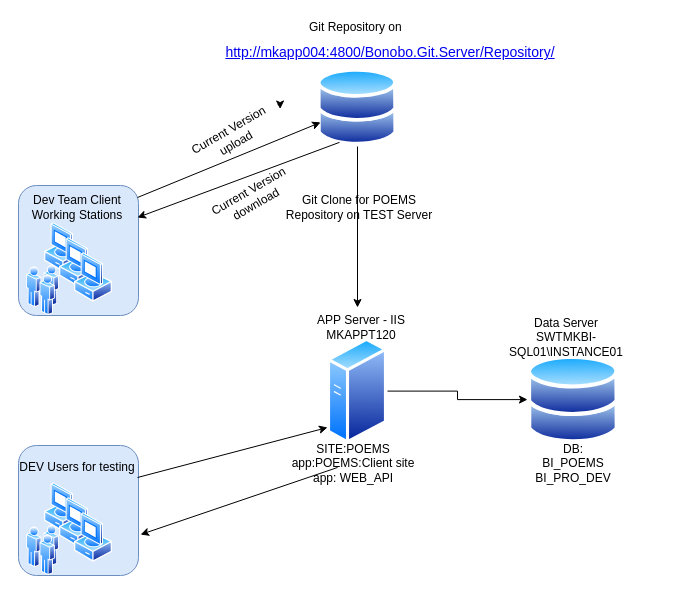
Before: poems_test.drawio in itaybaran/drawing, a draw.io diagram. Source tidied: cells renumbered, new cells numbered last; positions are measured from the earlier drawing's top-left corner, leaving out a move shared by most shapes. Both pictures are drawn from the tidied source at 100%, with x=0, y=0 at pixel (17, 17).
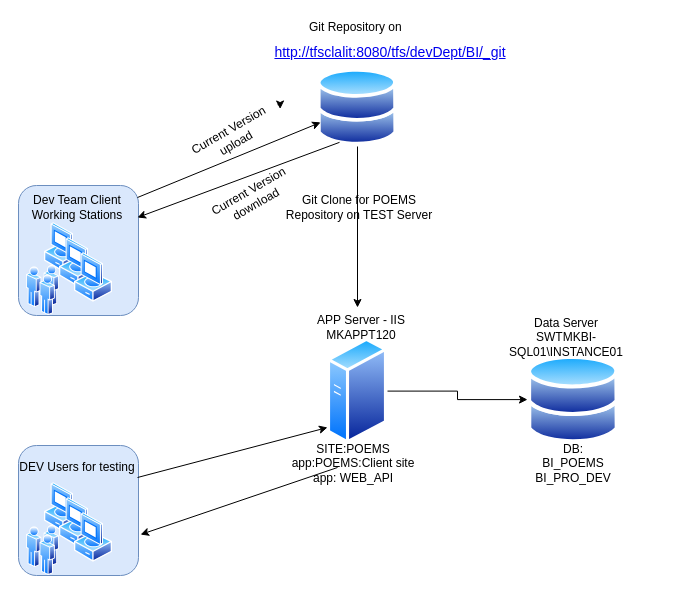
The same diagram, later.

Change to the diagram source:
```diff
@@
-    <mxCell id="12" value="&lt;div style=&quot;box-sizing: border-box ; font-family: &amp;quot;segoe ui&amp;quot; , , &amp;quot;apple color emoji&amp;quot; , &amp;quot;segoe ui emoji&amp;quot; , sans-serif ; font-size: 14px&quot;&gt;&lt;a href=&quot;http://mkapp004:4800/Bonobo.Git.Server/Repository/&quot; title=&quot;http://mkapp004:4800/bonobo.git.server/repository/&quot;&gt;http://mkapp004:4800/Bonobo.Git.Server/Repository/&lt;/a&gt;&lt;/div&gt;" style="text;html=1;strokeColor=none;fillColor=none;align=center;verticalAlign=middle;whiteSpace=wrap;rounded=0;" parent="1" vertex="1">
+    <mxCell id="12" value="&lt;div style=&quot;box-sizing: border-box ; font-family: &amp;#34;segoe ui&amp;#34; , , &amp;#34;apple color emoji&amp;#34; , &amp;#34;segoe ui emoji&amp;#34; , sans-serif ; font-size: 14px&quot;&gt;&lt;a href=&quot;http://mkapp004:4800/Bonobo.Git.Server/Repository/&quot; title=&quot;http://mkapp004:4800/bonobo.git.server/repository/&quot;&gt;http://tfsclalit:8080/tfs/devDept/BI/_git&lt;/a&gt;&lt;br&gt;&lt;/div&gt;" style="text;html=1;strokeColor=none;fillColor=none;align=center;verticalAlign=middle;whiteSpace=wrap;rounded=0;" parent="1" vertex="1">
       <mxGeometry x="190" y="30" width="366" height="10" as="geometry" />
     </mxCell>
```
